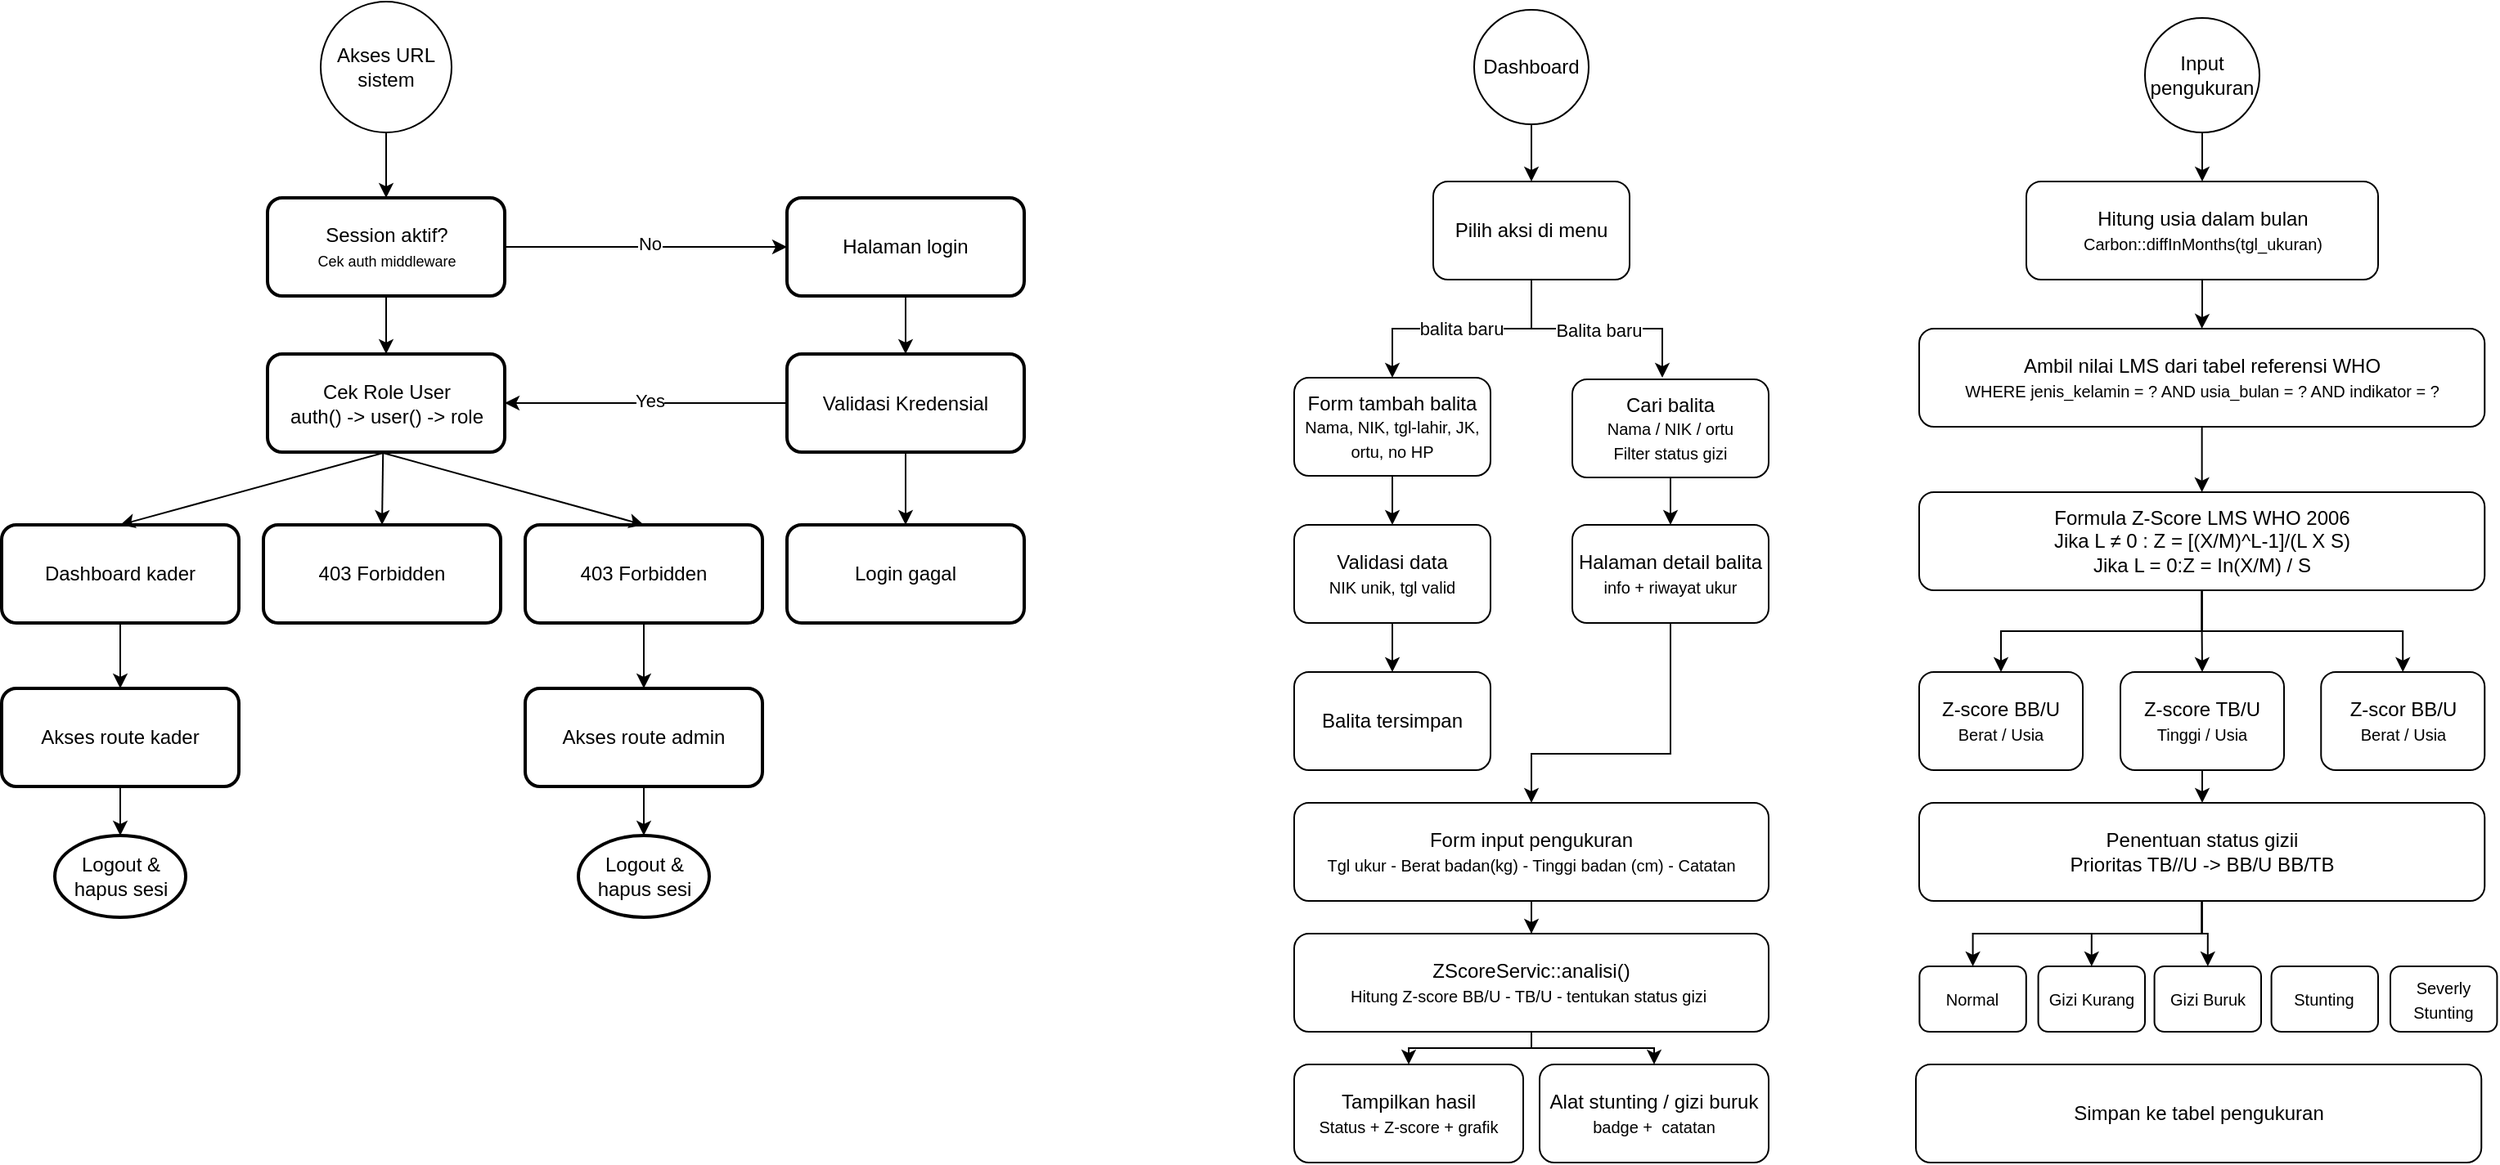
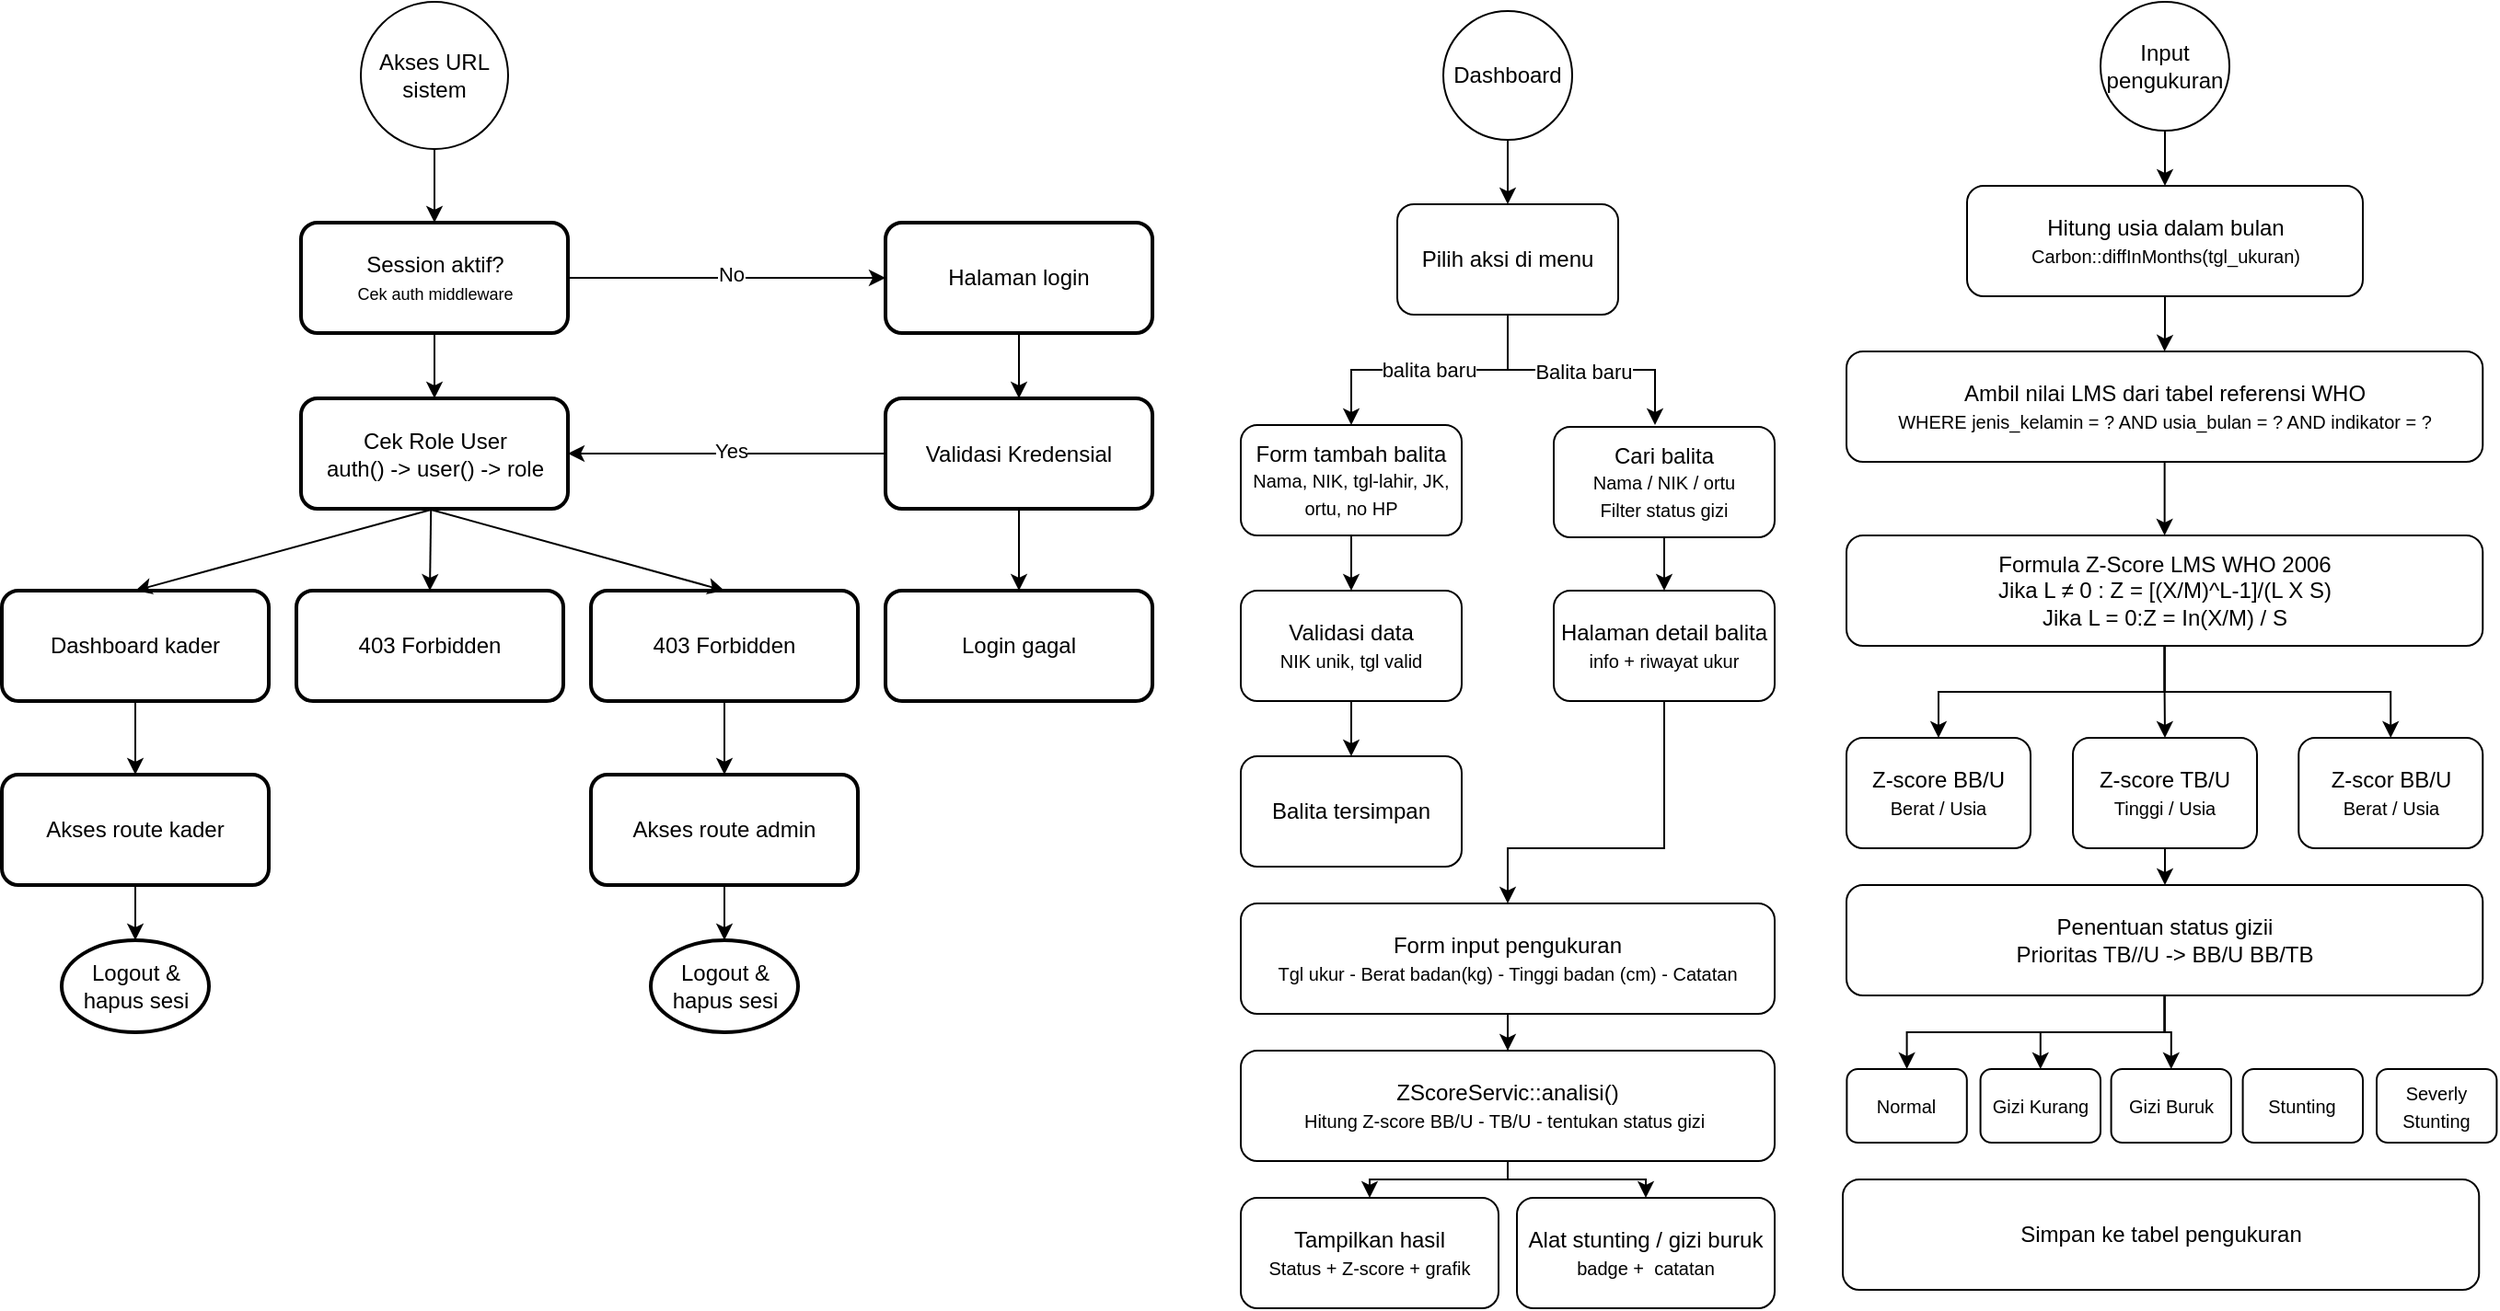
<mxfile host="app.diagrams.net">
  <diagram name="Page-1" id="lo46zBPT09g1e1HHkwEA">
-     <mxGraphModel dx="322" dy="393" grid="1" gridSize="10" guides="1" tooltips="1" connect="1" arrows="1" fold="1" page="1" pageScale="1" pageWidth="1600" pageHeight="900" math="0" shadow="0">
+     <mxGraphModel dx="1571" dy="817" grid="1" gridSize="10" guides="1" tooltips="1" connect="1" arrows="1" fold="1" page="1" pageScale="1" pageWidth="1600" pageHeight="900" math="0" shadow="0">
      <root>
        <mxCell id="0" />
        <mxCell id="1" parent="0" />
        <mxCell id="l1nZ_NFBRSj4Z8AIU339-7" edge="1" parent="1" source="9kNNXamBL4x3aZ7F3aSL-5" style="edgeStyle=orthogonalEdgeStyle;rounded=0;orthogonalLoop=1;jettySize=auto;html=1;exitX=0.5;exitY=1;exitDx=0;exitDy=0;" target="l1nZ_NFBRSj4Z8AIU339-6" value="">
          <mxGeometry relative="1" as="geometry">
            <mxPoint x="275" y="90" as="sourcePoint" />
          </mxGeometry>
        </mxCell>
        <mxCell id="l1nZ_NFBRSj4Z8AIU339-9" edge="1" parent="1" source="l1nZ_NFBRSj4Z8AIU339-6" style="edgeStyle=orthogonalEdgeStyle;rounded=0;orthogonalLoop=1;jettySize=auto;html=1;" target="l1nZ_NFBRSj4Z8AIU339-8" value="">
          <mxGeometry relative="1" as="geometry" />
        </mxCell>
        <mxCell id="9kNNXamBL4x3aZ7F3aSL-16" edge="1" parent="1" source="l1nZ_NFBRSj4Z8AIU339-6" style="edgeStyle=orthogonalEdgeStyle;rounded=0;orthogonalLoop=1;jettySize=auto;html=1;" target="9kNNXamBL4x3aZ7F3aSL-15" value="">
          <mxGeometry relative="1" as="geometry" />
        </mxCell>
        <mxCell id="9kNNXamBL4x3aZ7F3aSL-22" connectable="0" parent="9kNNXamBL4x3aZ7F3aSL-16" style="edgeLabel;html=1;align=center;verticalAlign=middle;resizable=0;points=[];" value="No" vertex="1">
          <mxGeometry relative="1" x="0.0211" y="2" as="geometry">
            <mxPoint as="offset" />
          </mxGeometry>
        </mxCell>
        <mxCell id="l1nZ_NFBRSj4Z8AIU339-6" parent="1" style="rounded=1;whiteSpace=wrap;html=1;strokeWidth=2;" value="Session aktif?&lt;br&gt;&lt;font style=&quot;font-size: 9px;&quot;&gt;Cek auth middleware&lt;/font&gt;" vertex="1">
          <mxGeometry height="60" width="145" x="202.5" y="130" as="geometry" />
        </mxCell>
        <mxCell id="l1nZ_NFBRSj4Z8AIU339-8" parent="1" style="rounded=1;whiteSpace=wrap;html=1;strokeWidth=2;" value="Cek Role User&lt;div&gt;auth() -&amp;gt; user() -&amp;gt; role&lt;/div&gt;" vertex="1">
          <mxGeometry height="60" width="145" x="202.5" y="225.5" as="geometry" />
        </mxCell>
        <mxCell id="9kNNXamBL4x3aZ7F3aSL-8" edge="1" parent="1" source="l1nZ_NFBRSj4Z8AIU339-10" style="edgeStyle=orthogonalEdgeStyle;rounded=0;orthogonalLoop=1;jettySize=auto;html=1;" target="9kNNXamBL4x3aZ7F3aSL-7" value="">
          <mxGeometry relative="1" as="geometry" />
        </mxCell>
        <mxCell id="l1nZ_NFBRSj4Z8AIU339-10" parent="1" style="rounded=1;whiteSpace=wrap;html=1;strokeWidth=2;" value="Dashboard kader" vertex="1">
          <mxGeometry height="60" width="145" x="40" y="330" as="geometry" />
        </mxCell>
        <mxCell id="l1nZ_NFBRSj4Z8AIU339-12" parent="1" style="rounded=1;whiteSpace=wrap;html=1;strokeWidth=2;" value="403 Forbidden" vertex="1">
          <mxGeometry height="60" width="145" x="200" y="330" as="geometry" />
        </mxCell>
        <mxCell id="9kNNXamBL4x3aZ7F3aSL-2" edge="1" parent="1" source="l1nZ_NFBRSj4Z8AIU339-13" style="edgeStyle=orthogonalEdgeStyle;rounded=0;orthogonalLoop=1;jettySize=auto;html=1;" target="9kNNXamBL4x3aZ7F3aSL-1" value="">
          <mxGeometry relative="1" as="geometry" />
        </mxCell>
        <mxCell id="l1nZ_NFBRSj4Z8AIU339-13" parent="1" style="rounded=1;whiteSpace=wrap;html=1;strokeWidth=2;" value="403 Forbidden" vertex="1">
          <mxGeometry height="60" width="145" x="360" y="330" as="geometry" />
        </mxCell>
        <mxCell id="l1nZ_NFBRSj4Z8AIU339-14" edge="1" parent="1" source="l1nZ_NFBRSj4Z8AIU339-8" style="endArrow=classic;html=1;rounded=0;exitX=0.5;exitY=1;exitDx=0;exitDy=0;entryX=0.5;entryY=0;entryDx=0;entryDy=0;" target="l1nZ_NFBRSj4Z8AIU339-10" value="">
          <mxGeometry height="50" relative="1" width="50" as="geometry">
            <mxPoint x="90" y="310" as="sourcePoint" />
            <mxPoint x="140" y="260" as="targetPoint" />
          </mxGeometry>
        </mxCell>
        <mxCell id="l1nZ_NFBRSj4Z8AIU339-15" edge="1" parent="1" source="l1nZ_NFBRSj4Z8AIU339-8" style="endArrow=classic;html=1;rounded=0;exitX=0.487;exitY=1.003;exitDx=0;exitDy=0;exitPerimeter=0;entryX=0.5;entryY=0;entryDx=0;entryDy=0;" target="l1nZ_NFBRSj4Z8AIU339-12" value="">
          <mxGeometry height="50" relative="1" width="50" as="geometry">
            <mxPoint x="407" y="290" as="sourcePoint" />
            <mxPoint x="240" y="332" as="targetPoint" />
          </mxGeometry>
        </mxCell>
        <mxCell id="l1nZ_NFBRSj4Z8AIU339-18" edge="1" parent="1" source="l1nZ_NFBRSj4Z8AIU339-8" style="endArrow=classic;html=1;rounded=0;exitX=0.49;exitY=1.01;exitDx=0;exitDy=0;entryX=0.5;entryY=0;entryDx=0;entryDy=0;exitPerimeter=0;" target="l1nZ_NFBRSj4Z8AIU339-13" value="">
          <mxGeometry height="50" relative="1" width="50" as="geometry">
            <mxPoint x="422" y="290" as="sourcePoint" />
            <mxPoint x="260" y="334" as="targetPoint" />
          </mxGeometry>
        </mxCell>
        <mxCell id="9kNNXamBL4x3aZ7F3aSL-4" edge="1" parent="1" source="9kNNXamBL4x3aZ7F3aSL-1" style="edgeStyle=orthogonalEdgeStyle;rounded=0;orthogonalLoop=1;jettySize=auto;html=1;" target="9kNNXamBL4x3aZ7F3aSL-3" value="">
          <mxGeometry relative="1" as="geometry" />
        </mxCell>
        <mxCell id="9kNNXamBL4x3aZ7F3aSL-1" parent="1" style="rounded=1;whiteSpace=wrap;html=1;strokeWidth=2;" value="Akses route admin" vertex="1">
          <mxGeometry height="60" width="145" x="360" y="430" as="geometry" />
        </mxCell>
        <mxCell id="9kNNXamBL4x3aZ7F3aSL-3" parent="1" style="ellipse;whiteSpace=wrap;html=1;rounded=1;strokeWidth=2;" value="Logout &amp;amp; hapus sesi" vertex="1">
          <mxGeometry height="50" width="80" x="392.5" y="520" as="geometry" />
        </mxCell>
        <mxCell id="9kNNXamBL4x3aZ7F3aSL-5" parent="1" style="ellipse;whiteSpace=wrap;html=1;aspect=fixed;" value="Akses URL sistem" vertex="1">
          <mxGeometry height="80" width="80" x="235" y="10" as="geometry" />
        </mxCell>
        <mxCell id="9kNNXamBL4x3aZ7F3aSL-14" edge="1" parent="1" source="9kNNXamBL4x3aZ7F3aSL-7" style="edgeStyle=orthogonalEdgeStyle;rounded=0;orthogonalLoop=1;jettySize=auto;html=1;" target="9kNNXamBL4x3aZ7F3aSL-13" value="">
          <mxGeometry relative="1" as="geometry" />
        </mxCell>
        <mxCell id="9kNNXamBL4x3aZ7F3aSL-7" parent="1" style="rounded=1;whiteSpace=wrap;html=1;strokeWidth=2;" value="Akses route kader" vertex="1">
          <mxGeometry height="60" width="145" x="40" y="430" as="geometry" />
        </mxCell>
        <mxCell id="9kNNXamBL4x3aZ7F3aSL-13" parent="1" style="ellipse;whiteSpace=wrap;html=1;rounded=1;strokeWidth=2;" value="Logout &amp;amp; hapus sesi" vertex="1">
          <mxGeometry height="50" width="80" x="72.5" y="520" as="geometry" />
        </mxCell>
        <mxCell id="9kNNXamBL4x3aZ7F3aSL-18" edge="1" parent="1" source="9kNNXamBL4x3aZ7F3aSL-15" style="edgeStyle=orthogonalEdgeStyle;rounded=0;orthogonalLoop=1;jettySize=auto;html=1;" target="9kNNXamBL4x3aZ7F3aSL-17" value="">
          <mxGeometry relative="1" as="geometry" />
        </mxCell>
        <mxCell id="9kNNXamBL4x3aZ7F3aSL-15" parent="1" style="rounded=1;whiteSpace=wrap;html=1;strokeWidth=2;" value="Halaman login" vertex="1">
          <mxGeometry height="60" width="145" x="520" y="130" as="geometry" />
        </mxCell>
        <mxCell id="9kNNXamBL4x3aZ7F3aSL-19" edge="1" parent="1" source="9kNNXamBL4x3aZ7F3aSL-17" style="edgeStyle=orthogonalEdgeStyle;rounded=0;orthogonalLoop=1;jettySize=auto;html=1;" target="l1nZ_NFBRSj4Z8AIU339-8" value="">
          <mxGeometry relative="1" as="geometry" />
        </mxCell>
        <mxCell id="9kNNXamBL4x3aZ7F3aSL-23" connectable="0" parent="9kNNXamBL4x3aZ7F3aSL-19" style="edgeLabel;html=1;align=center;verticalAlign=middle;resizable=0;points=[];" value="Yes" vertex="1">
          <mxGeometry relative="1" x="-0.0211" y="-2" as="geometry">
            <mxPoint as="offset" />
          </mxGeometry>
        </mxCell>
        <mxCell id="9kNNXamBL4x3aZ7F3aSL-21" edge="1" parent="1" source="9kNNXamBL4x3aZ7F3aSL-17" style="edgeStyle=orthogonalEdgeStyle;rounded=0;orthogonalLoop=1;jettySize=auto;html=1;" target="9kNNXamBL4x3aZ7F3aSL-20" value="">
          <mxGeometry relative="1" as="geometry" />
        </mxCell>
        <mxCell id="9kNNXamBL4x3aZ7F3aSL-17" parent="1" style="rounded=1;whiteSpace=wrap;html=1;strokeWidth=2;" value="Validasi Kredensial" vertex="1">
          <mxGeometry height="60" width="145" x="520" y="225.5" as="geometry" />
        </mxCell>
        <mxCell id="9kNNXamBL4x3aZ7F3aSL-20" parent="1" style="rounded=1;whiteSpace=wrap;html=1;strokeWidth=2;" value="Login gagal" vertex="1">
          <mxGeometry height="60" width="145" x="520" y="330" as="geometry" />
        </mxCell>
        <mxCell id="9kNNXamBL4x3aZ7F3aSL-27" edge="1" parent="1" source="9kNNXamBL4x3aZ7F3aSL-25" style="edgeStyle=orthogonalEdgeStyle;rounded=0;orthogonalLoop=1;jettySize=auto;html=1;" target="9kNNXamBL4x3aZ7F3aSL-26" value="">
          <mxGeometry relative="1" as="geometry" />
        </mxCell>
        <mxCell id="9kNNXamBL4x3aZ7F3aSL-25" parent="1" style="ellipse;whiteSpace=wrap;html=1;aspect=fixed;" value="Dashboard" vertex="1">
-           <mxGeometry height="70" width="70" x="940" y="15" as="geometry" />
+           <mxGeometry height="70" width="70" x="823" y="15" as="geometry" />
        </mxCell>
        <mxCell id="9kNNXamBL4x3aZ7F3aSL-29" edge="1" parent="1" source="9kNNXamBL4x3aZ7F3aSL-26" style="edgeStyle=orthogonalEdgeStyle;rounded=0;orthogonalLoop=1;jettySize=auto;html=1;" target="9kNNXamBL4x3aZ7F3aSL-28" value="">
          <mxGeometry relative="1" as="geometry" />
        </mxCell>
        <mxCell id="9kNNXamBL4x3aZ7F3aSL-48" connectable="0" parent="9kNNXamBL4x3aZ7F3aSL-29" style="edgeLabel;html=1;align=center;verticalAlign=middle;resizable=0;points=[];" value="balita baru" vertex="1">
          <mxGeometry relative="1" x="0.0062" as="geometry">
            <mxPoint as="offset" />
          </mxGeometry>
        </mxCell>
        <mxCell id="9kNNXamBL4x3aZ7F3aSL-31" edge="1" parent="1" source="9kNNXamBL4x3aZ7F3aSL-26" style="edgeStyle=orthogonalEdgeStyle;rounded=0;orthogonalLoop=1;jettySize=auto;html=1;entryX=0.5;entryY=0;entryDx=0;entryDy=0;exitX=0.5;exitY=1;exitDx=0;exitDy=0;">
          <mxGeometry relative="1" as="geometry">
            <Array as="points">
-               <mxPoint x="975" y="210" />
-               <mxPoint x="1055" y="210" />
-             </Array>
-             <mxPoint x="980" y="179" as="sourcePoint" />
-             <mxPoint x="1055" y="240" as="targetPoint" />
+               <mxPoint x="858" y="210" />
+               <mxPoint x="938" y="210" />
+             </Array>
+             <mxPoint x="863" y="179" as="sourcePoint" />
+             <mxPoint x="938" y="240" as="targetPoint" />
          </mxGeometry>
        </mxCell>
        <mxCell id="9kNNXamBL4x3aZ7F3aSL-49" connectable="0" parent="9kNNXamBL4x3aZ7F3aSL-31" style="edgeLabel;html=1;align=center;verticalAlign=middle;resizable=0;points=[];" value="Balita baru" vertex="1">
          <mxGeometry relative="1" x="0.0122" y="-1" as="geometry">
            <mxPoint as="offset" />
          </mxGeometry>
        </mxCell>
        <mxCell id="9kNNXamBL4x3aZ7F3aSL-26" parent="1" style="rounded=1;whiteSpace=wrap;html=1;" value="Pilih aksi di menu" vertex="1">
-           <mxGeometry height="60" width="120" x="915" y="120" as="geometry" />
+           <mxGeometry height="60" width="120" x="798" y="120" as="geometry" />
        </mxCell>
        <mxCell id="9kNNXamBL4x3aZ7F3aSL-34" edge="1" parent="1" source="9kNNXamBL4x3aZ7F3aSL-28" style="edgeStyle=orthogonalEdgeStyle;rounded=0;orthogonalLoop=1;jettySize=auto;html=1;" target="9kNNXamBL4x3aZ7F3aSL-33" value="">
          <mxGeometry relative="1" as="geometry" />
        </mxCell>
        <mxCell id="9kNNXamBL4x3aZ7F3aSL-28" parent="1" style="rounded=1;whiteSpace=wrap;html=1;" value="Form tambah balita&lt;br&gt;&lt;font style=&quot;font-size: 10px;&quot;&gt;Nama, NIK, tgl-lahir, JK, ortu, no HP&lt;/font&gt;" vertex="1">
-           <mxGeometry height="60" width="120" x="830" y="240" as="geometry" />
+           <mxGeometry height="60" width="120" x="713" y="240" as="geometry" />
        </mxCell>
        <mxCell id="9kNNXamBL4x3aZ7F3aSL-36" edge="1" parent="1" source="9kNNXamBL4x3aZ7F3aSL-30" style="edgeStyle=orthogonalEdgeStyle;rounded=0;orthogonalLoop=1;jettySize=auto;html=1;" target="9kNNXamBL4x3aZ7F3aSL-35" value="">
          <mxGeometry relative="1" as="geometry" />
        </mxCell>
        <mxCell id="9kNNXamBL4x3aZ7F3aSL-30" parent="1" style="rounded=1;whiteSpace=wrap;html=1;" value="Cari balita&lt;div&gt;&lt;font style=&quot;font-size: 10px;&quot;&gt;Nama / NIK / ortu&lt;br&gt;Filter status gizi&lt;/font&gt;&lt;/div&gt;" vertex="1">
-           <mxGeometry height="60" width="120" x="1000" y="241" as="geometry" />
+           <mxGeometry height="60" width="120" x="883" y="241" as="geometry" />
        </mxCell>
        <mxCell id="9kNNXamBL4x3aZ7F3aSL-38" edge="1" parent="1" source="9kNNXamBL4x3aZ7F3aSL-33" style="edgeStyle=orthogonalEdgeStyle;rounded=0;orthogonalLoop=1;jettySize=auto;html=1;" target="9kNNXamBL4x3aZ7F3aSL-37" value="">
          <mxGeometry relative="1" as="geometry" />
        </mxCell>
        <mxCell id="9kNNXamBL4x3aZ7F3aSL-33" parent="1" style="rounded=1;whiteSpace=wrap;html=1;" value="Validasi data&lt;div&gt;&lt;font style=&quot;font-size: 10px;&quot;&gt;NIK unik, tgl valid&lt;/font&gt;&lt;/div&gt;" vertex="1">
-           <mxGeometry height="60" width="120" x="830" y="330" as="geometry" />
+           <mxGeometry height="60" width="120" x="713" y="330" as="geometry" />
        </mxCell>
        <mxCell id="9kNNXamBL4x3aZ7F3aSL-40" edge="1" parent="1" source="9kNNXamBL4x3aZ7F3aSL-35" style="edgeStyle=orthogonalEdgeStyle;rounded=0;orthogonalLoop=1;jettySize=auto;html=1;" target="9kNNXamBL4x3aZ7F3aSL-39" value="">
          <mxGeometry relative="1" as="geometry">
            <Array as="points">
-               <mxPoint x="1060" y="470" />
-               <mxPoint x="975" y="470" />
+               <mxPoint x="943" y="470" />
+               <mxPoint x="858" y="470" />
            </Array>
          </mxGeometry>
        </mxCell>
        <mxCell id="9kNNXamBL4x3aZ7F3aSL-35" parent="1" style="rounded=1;whiteSpace=wrap;html=1;" value="Halaman detail balita&lt;div&gt;&lt;font style=&quot;font-size: 10px;&quot;&gt;info + riwayat ukur&lt;/font&gt;&lt;/div&gt;" vertex="1">
-           <mxGeometry height="60" width="120" x="1000" y="330" as="geometry" />
+           <mxGeometry height="60" width="120" x="883" y="330" as="geometry" />
        </mxCell>
        <mxCell id="9kNNXamBL4x3aZ7F3aSL-37" parent="1" style="rounded=1;whiteSpace=wrap;html=1;" value="Balita tersimpan" vertex="1">
-           <mxGeometry height="60" width="120" x="830" y="420" as="geometry" />
+           <mxGeometry height="60" width="120" x="713" y="420" as="geometry" />
        </mxCell>
        <mxCell id="9kNNXamBL4x3aZ7F3aSL-42" edge="1" parent="1" source="9kNNXamBL4x3aZ7F3aSL-39" style="edgeStyle=orthogonalEdgeStyle;rounded=0;orthogonalLoop=1;jettySize=auto;html=1;" target="9kNNXamBL4x3aZ7F3aSL-41" value="">
          <mxGeometry relative="1" as="geometry" />
        </mxCell>
        <mxCell id="9kNNXamBL4x3aZ7F3aSL-39" parent="1" style="rounded=1;whiteSpace=wrap;html=1;" value="Form input pengukuran&lt;div&gt;&lt;font style=&quot;font-size: 10px;&quot;&gt;Tgl ukur - Berat badan(kg) - Tinggi badan (cm) - Catatan&lt;/font&gt;&lt;/div&gt;" vertex="1">
-           <mxGeometry height="60" width="290" x="830" y="500" as="geometry" />
+           <mxGeometry height="60" width="290" x="713" y="500" as="geometry" />
        </mxCell>
        <mxCell id="9kNNXamBL4x3aZ7F3aSL-46" edge="1" parent="1" style="edgeStyle=orthogonalEdgeStyle;rounded=0;orthogonalLoop=1;jettySize=auto;html=1;entryX=0.5;entryY=0;entryDx=0;entryDy=0;" target="9kNNXamBL4x3aZ7F3aSL-43">
          <mxGeometry relative="1" as="geometry">
            <Array as="points">
-               <mxPoint x="975" y="650" />
-               <mxPoint x="1050" y="650" />
-             </Array>
-             <mxPoint x="975" y="630" as="sourcePoint" />
+               <mxPoint x="858" y="650" />
+               <mxPoint x="933" y="650" />
+             </Array>
+             <mxPoint x="858" y="630" as="sourcePoint" />
          </mxGeometry>
        </mxCell>
        <mxCell id="9kNNXamBL4x3aZ7F3aSL-47" edge="1" parent="1" style="edgeStyle=orthogonalEdgeStyle;rounded=0;orthogonalLoop=1;jettySize=auto;html=1;entryX=0.5;entryY=0;entryDx=0;entryDy=0;" target="9kNNXamBL4x3aZ7F3aSL-45">
          <mxGeometry relative="1" as="geometry">
            <Array as="points">
-               <mxPoint x="975" y="650" />
-               <mxPoint x="900" y="650" />
-             </Array>
-             <mxPoint x="975" y="630" as="sourcePoint" />
+               <mxPoint x="858" y="650" />
+               <mxPoint x="783" y="650" />
+             </Array>
+             <mxPoint x="858" y="630" as="sourcePoint" />
          </mxGeometry>
        </mxCell>
        <mxCell id="9kNNXamBL4x3aZ7F3aSL-41" parent="1" style="rounded=1;whiteSpace=wrap;html=1;" value="&lt;div&gt;&lt;font style=&quot;&quot;&gt;ZScoreServic::analisi()&lt;/font&gt;&lt;/div&gt;&lt;div&gt;&lt;font style=&quot;font-size: 10px;&quot;&gt;Hitung Z-score BB/U - TB/U - tentukan status gizi&lt;/font&gt;&amp;nbsp;&lt;/div&gt;" vertex="1">
-           <mxGeometry height="60" width="290" x="830" y="580" as="geometry" />
+           <mxGeometry height="60" width="290" x="713" y="580" as="geometry" />
        </mxCell>
        <mxCell id="9kNNXamBL4x3aZ7F3aSL-43" parent="1" style="rounded=1;whiteSpace=wrap;html=1;" value="&lt;div&gt;Alat stunting / gizi buruk&lt;/div&gt;&lt;div&gt;&lt;font style=&quot;font-size: 10px;&quot;&gt;badge +&amp;nbsp; catatan&lt;/font&gt;&lt;/div&gt;" vertex="1">
-           <mxGeometry height="60" width="140" x="980" y="660" as="geometry" />
+           <mxGeometry height="60" width="140" x="863" y="660" as="geometry" />
        </mxCell>
        <mxCell id="9kNNXamBL4x3aZ7F3aSL-45" parent="1" style="rounded=1;whiteSpace=wrap;html=1;" value="&lt;div&gt;Tampilkan hasil&lt;/div&gt;&lt;div&gt;&lt;font style=&quot;font-size: 10px;&quot;&gt;Status + Z-score + grafik&lt;/font&gt;&lt;/div&gt;" vertex="1">
-           <mxGeometry height="60" width="140" x="830" y="660" as="geometry" />
+           <mxGeometry height="60" width="140" x="713" y="660" as="geometry" />
        </mxCell>
        <mxCell id="9kNNXamBL4x3aZ7F3aSL-53" edge="1" parent="1" source="9kNNXamBL4x3aZ7F3aSL-51" style="edgeStyle=orthogonalEdgeStyle;rounded=0;orthogonalLoop=1;jettySize=auto;html=1;" target="9kNNXamBL4x3aZ7F3aSL-52" value="">
          <mxGeometry relative="1" as="geometry" />
        </mxCell>
        <mxCell id="9kNNXamBL4x3aZ7F3aSL-51" parent="1" style="ellipse;whiteSpace=wrap;html=1;aspect=fixed;" value="Input pengukuran" vertex="1">
-           <mxGeometry height="70" width="70" x="1350" y="20" as="geometry" />
+           <mxGeometry height="70" width="70" x="1180" y="10" as="geometry" />
        </mxCell>
        <mxCell id="9kNNXamBL4x3aZ7F3aSL-55" edge="1" parent="1" source="9kNNXamBL4x3aZ7F3aSL-52" style="edgeStyle=orthogonalEdgeStyle;rounded=0;orthogonalLoop=1;jettySize=auto;html=1;" target="9kNNXamBL4x3aZ7F3aSL-54" value="">
          <mxGeometry relative="1" as="geometry" />
        </mxCell>
        <mxCell id="9kNNXamBL4x3aZ7F3aSL-52" parent="1" style="rounded=1;whiteSpace=wrap;html=1;" value="Hitung usia dalam bulan&lt;div&gt;&lt;font style=&quot;font-size: 10px;&quot;&gt;Carbon::diffInMonths(tgl_ukuran)&lt;/font&gt;&lt;/div&gt;" vertex="1">
-           <mxGeometry height="60" width="215" x="1277.5" y="120" as="geometry" />
+           <mxGeometry height="60" width="215" x="1107.5" y="110" as="geometry" />
        </mxCell>
        <mxCell id="9kNNXamBL4x3aZ7F3aSL-57" edge="1" parent="1" source="9kNNXamBL4x3aZ7F3aSL-54" style="edgeStyle=orthogonalEdgeStyle;rounded=0;orthogonalLoop=1;jettySize=auto;html=1;" target="9kNNXamBL4x3aZ7F3aSL-56" value="">
          <mxGeometry relative="1" as="geometry" />
        </mxCell>
        <mxCell id="9kNNXamBL4x3aZ7F3aSL-54" parent="1" style="rounded=1;whiteSpace=wrap;html=1;" value="Ambil nilai LMS dari tabel referensi WHO&lt;div&gt;&lt;font style=&quot;font-size: 10px;&quot;&gt;WHERE jenis_kelamin = ? AND usia_bulan = ? AND indikator = ?&lt;/font&gt;&lt;/div&gt;" vertex="1">
-           <mxGeometry height="60" width="345.62" x="1212.0100000000002" y="210" as="geometry" />
+           <mxGeometry height="60" width="345.62" x="1042.0100000000002" y="200" as="geometry" />
        </mxCell>
        <mxCell id="9kNNXamBL4x3aZ7F3aSL-59" edge="1" parent="1" source="9kNNXamBL4x3aZ7F3aSL-56" style="edgeStyle=orthogonalEdgeStyle;rounded=0;orthogonalLoop=1;jettySize=auto;html=1;" target="9kNNXamBL4x3aZ7F3aSL-58" value="">
          <mxGeometry relative="1" as="geometry" />
        </mxCell>
        <mxCell id="9kNNXamBL4x3aZ7F3aSL-64" edge="1" parent="1" source="9kNNXamBL4x3aZ7F3aSL-56" style="edgeStyle=orthogonalEdgeStyle;rounded=0;orthogonalLoop=1;jettySize=auto;html=1;" target="9kNNXamBL4x3aZ7F3aSL-62">
          <mxGeometry relative="1" as="geometry" />
        </mxCell>
        <mxCell id="9kNNXamBL4x3aZ7F3aSL-65" edge="1" parent="1" source="9kNNXamBL4x3aZ7F3aSL-56" style="edgeStyle=orthogonalEdgeStyle;rounded=0;orthogonalLoop=1;jettySize=auto;html=1;entryX=0.5;entryY=0;entryDx=0;entryDy=0;" target="9kNNXamBL4x3aZ7F3aSL-63">
          <mxGeometry relative="1" as="geometry" />
        </mxCell>
        <mxCell id="9kNNXamBL4x3aZ7F3aSL-56" parent="1" style="rounded=1;whiteSpace=wrap;html=1;" value="Formula Z-Score LMS WHO 2006&lt;div&gt;Jika L ≠ 0 : Z = [(X/M)^L-1]/(L X S)&lt;/div&gt;&lt;div&gt;Jika L = 0:Z = In(X/M) / S&lt;/div&gt;" vertex="1">
-           <mxGeometry height="60" width="345.63" x="1212" y="310" as="geometry" />
+           <mxGeometry height="60" width="345.63" x="1042" y="300" as="geometry" />
        </mxCell>
        <mxCell id="9kNNXamBL4x3aZ7F3aSL-58" parent="1" style="rounded=1;whiteSpace=wrap;html=1;" value="&lt;font style=&quot;font-size: 12px;&quot;&gt;Z-score BB/U&lt;/font&gt;&lt;div&gt;&lt;font size=&quot;1&quot;&gt;Berat / Usia&lt;/font&gt;&lt;/div&gt;" vertex="1">
-           <mxGeometry height="60" width="100" x="1212" y="420" as="geometry" />
+           <mxGeometry height="60" width="100" x="1042" y="410" as="geometry" />
        </mxCell>
        <mxCell id="9kNNXamBL4x3aZ7F3aSL-67" edge="1" parent="1" source="9kNNXamBL4x3aZ7F3aSL-62" style="edgeStyle=orthogonalEdgeStyle;rounded=0;orthogonalLoop=1;jettySize=auto;html=1;" target="9kNNXamBL4x3aZ7F3aSL-66" value="">
          <mxGeometry relative="1" as="geometry" />
        </mxCell>
        <mxCell id="9kNNXamBL4x3aZ7F3aSL-62" parent="1" style="rounded=1;whiteSpace=wrap;html=1;" value="&lt;font style=&quot;font-size: 12px;&quot;&gt;Z-score TB/U&lt;/font&gt;&lt;div&gt;&lt;font size=&quot;1&quot;&gt;Tinggi / Usia&lt;/font&gt;&lt;/div&gt;" vertex="1">
-           <mxGeometry height="60" width="100" x="1335" y="420" as="geometry" />
+           <mxGeometry height="60" width="100" x="1165" y="410" as="geometry" />
        </mxCell>
        <mxCell id="9kNNXamBL4x3aZ7F3aSL-63" parent="1" style="rounded=1;whiteSpace=wrap;html=1;" value="&lt;font style=&quot;font-size: 12px;&quot;&gt;Z-scor BB/U&lt;/font&gt;&lt;div&gt;&lt;font size=&quot;1&quot;&gt;Berat / Usia&lt;/font&gt;&lt;/div&gt;" vertex="1">
-           <mxGeometry height="60" width="100" x="1457.63" y="420" as="geometry" />
+           <mxGeometry height="60" width="100" x="1287.63" y="410" as="geometry" />
        </mxCell>
        <mxCell id="9kNNXamBL4x3aZ7F3aSL-69" edge="1" parent="1" source="9kNNXamBL4x3aZ7F3aSL-66" style="edgeStyle=orthogonalEdgeStyle;rounded=0;orthogonalLoop=1;jettySize=auto;html=1;" target="9kNNXamBL4x3aZ7F3aSL-68" value="">
          <mxGeometry relative="1" as="geometry" />
        </mxCell>
        <mxCell id="9kNNXamBL4x3aZ7F3aSL-81" edge="1" parent="1" source="9kNNXamBL4x3aZ7F3aSL-66" style="edgeStyle=orthogonalEdgeStyle;rounded=0;orthogonalLoop=1;jettySize=auto;html=1;entryX=0.5;entryY=0;entryDx=0;entryDy=0;" target="9kNNXamBL4x3aZ7F3aSL-76">
          <mxGeometry relative="1" as="geometry" />
        </mxCell>
        <mxCell id="9kNNXamBL4x3aZ7F3aSL-66" parent="1" style="rounded=1;whiteSpace=wrap;html=1;" value="Penentuan status gizii&lt;div&gt;Prioritas TB//U -&amp;gt; BB/U BB/TB&lt;/div&gt;" vertex="1">
-           <mxGeometry height="60" width="345.63" x="1212" y="500" as="geometry" />
+           <mxGeometry height="60" width="345.63" x="1042" y="490" as="geometry" />
        </mxCell>
        <mxCell id="9kNNXamBL4x3aZ7F3aSL-68" parent="1" style="rounded=1;whiteSpace=wrap;html=1;" value="&lt;font size=&quot;1&quot;&gt;Normal&lt;/font&gt;" vertex="1">
-           <mxGeometry height="40" width="65.21" x="1212.19" y="600" as="geometry" />
+           <mxGeometry height="40" width="65.21" x="1042.19" y="590" as="geometry" />
        </mxCell>
        <mxCell id="9kNNXamBL4x3aZ7F3aSL-74" parent="1" style="rounded=1;whiteSpace=wrap;html=1;" value="&lt;font size=&quot;1&quot;&gt;Gizi Kurang&lt;/font&gt;" vertex="1">
-           <mxGeometry height="40" width="65.21" x="1284.79" y="600" as="geometry" />
+           <mxGeometry height="40" width="65.21" x="1114.79" y="590" as="geometry" />
        </mxCell>
        <mxCell id="9kNNXamBL4x3aZ7F3aSL-75" edge="1" parent="1" source="9kNNXamBL4x3aZ7F3aSL-66" style="edgeStyle=orthogonalEdgeStyle;rounded=0;orthogonalLoop=1;jettySize=auto;html=1;entryX=0.5;entryY=0;entryDx=0;entryDy=0;" target="9kNNXamBL4x3aZ7F3aSL-74">
          <mxGeometry relative="1" as="geometry" />
        </mxCell>
        <mxCell id="9kNNXamBL4x3aZ7F3aSL-76" parent="1" style="rounded=1;whiteSpace=wrap;html=1;" value="&lt;font size=&quot;1&quot;&gt;Gizi Buruk&lt;/font&gt;" vertex="1">
-           <mxGeometry height="40" width="65.21" x="1355.79" y="600" as="geometry" />
+           <mxGeometry height="40" width="65.21" x="1185.79" y="590" as="geometry" />
        </mxCell>
        <mxCell id="9kNNXamBL4x3aZ7F3aSL-77" parent="1" style="rounded=1;whiteSpace=wrap;html=1;" value="&lt;font size=&quot;1&quot;&gt;Stunting&lt;/font&gt;" vertex="1">
-           <mxGeometry height="40" width="65.21" x="1427.29" y="600" as="geometry" />
+           <mxGeometry height="40" width="65.21" x="1257.29" y="590" as="geometry" />
        </mxCell>
        <mxCell id="9kNNXamBL4x3aZ7F3aSL-78" parent="1" style="rounded=1;whiteSpace=wrap;html=1;" value="&lt;font size=&quot;1&quot;&gt;Severly&lt;/font&gt;&lt;div&gt;&lt;font size=&quot;1&quot;&gt;Stunting&lt;/font&gt;&lt;/div&gt;" vertex="1">
-           <mxGeometry height="40" width="65.21" x="1500" y="600" as="geometry" />
+           <mxGeometry height="40" width="65.21" x="1330" y="590" as="geometry" />
        </mxCell>
        <mxCell id="9kNNXamBL4x3aZ7F3aSL-79" parent="1" style="rounded=1;whiteSpace=wrap;html=1;" value="Simpan ke tabel pengukuran" vertex="1">
-           <mxGeometry height="60" width="345.63" x="1210" y="660" as="geometry" />
+           <mxGeometry height="60" width="345.63" x="1040" y="650" as="geometry" />
        </mxCell>
      </root>
    </mxGraphModel>
  </diagram>
</mxfile>
